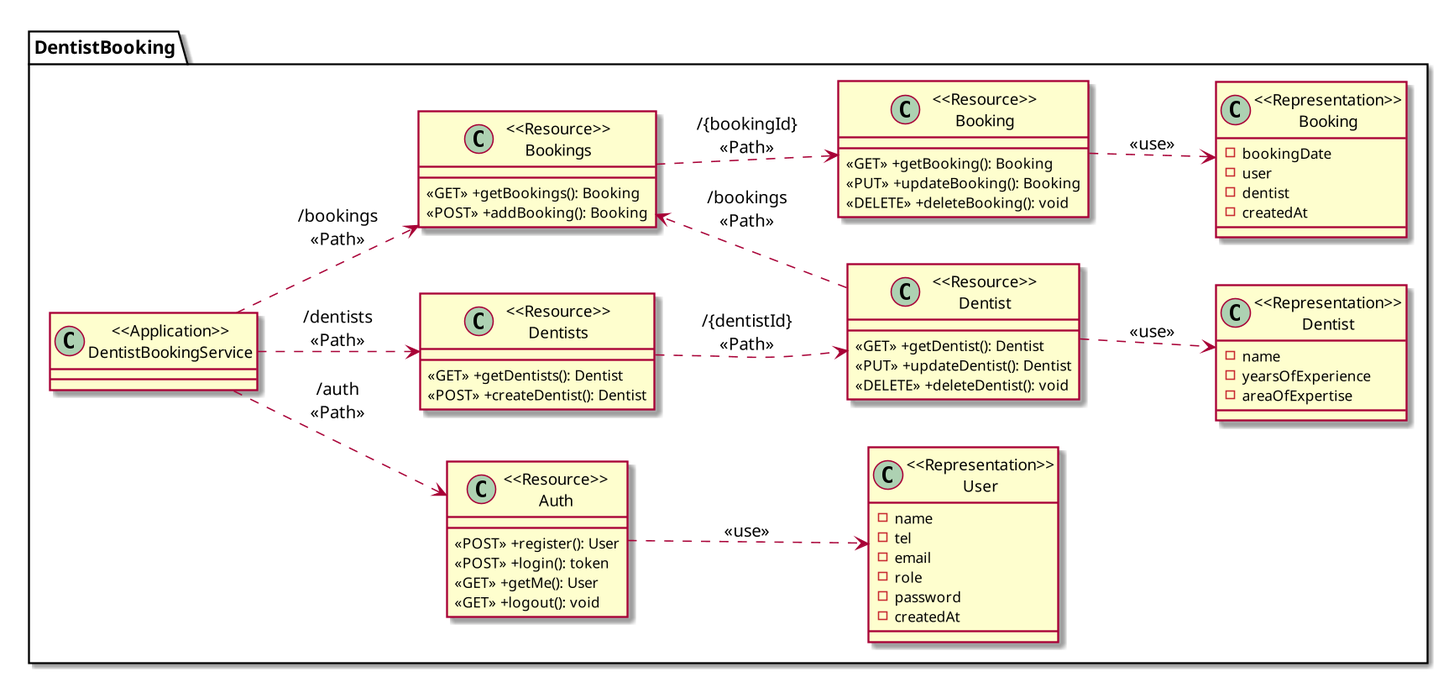
chocolate-coated-strawberry/2110503_dentist-booking keeps this PlantUML diagram as docs/diagrams/class.png. Above is the earlier version. Its source is kept beside it as docs/diagrams/class.puml.
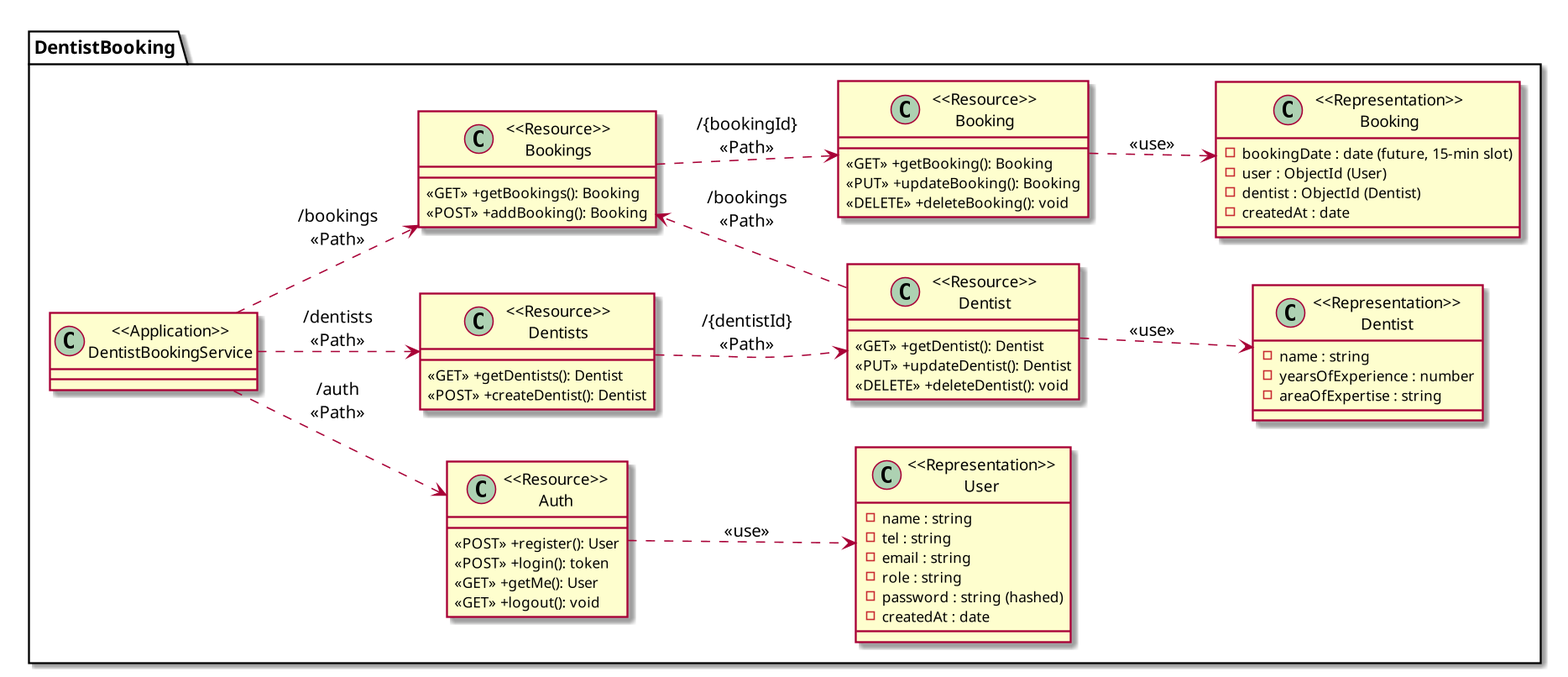
Above is the later version.

Commit message:
docs(diagrams): add attribute types to the UML profile class diagram

Matches the per-resource profiles in the project document: string/number/date
types, hashed password, and the booking date rule (future, 15-minute slot).

Change to the diagram source:
```diff
@@ -11,12 +11,12 @@
     }
 
     class "<<Representation>>\nUser" as RepresentationUser{
-        -name
-        -tel
-        -email
-        -role
-        -password
-        -createdAt
+        -name : string
+        -tel : string
+        -email : string
+        -role : string
+        {field} -password : string (hashed)
+        -createdAt : date
     }
 
     class "<<Resource>>\nDentists" as ResourceDentists{
@@ -31,9 +31,9 @@
     }
 
     class "<<Representation>>\nDentist" as RepresentationDentist{
-        -name
-        -yearsOfExperience
-        -areaOfExpertise
+        -name : string
+        -yearsOfExperience : number
+        -areaOfExpertise : string
     }
 
     class "<<Resource>>\nBookings" as ResourceBookings{
@@ -48,10 +48,10 @@
     }
 
     class "<<Representation>>\nBooking" as RepresentationBooking{
-        -bookingDate
-        -user
-        -dentist
-        -createdAt
+        {field} -bookingDate : date (future, 15-min slot)
+        {field} -user : ObjectId (User)
+        {field} -dentist : ObjectId (Dentist)
+        -createdAt : date
     }
 }
 
```
